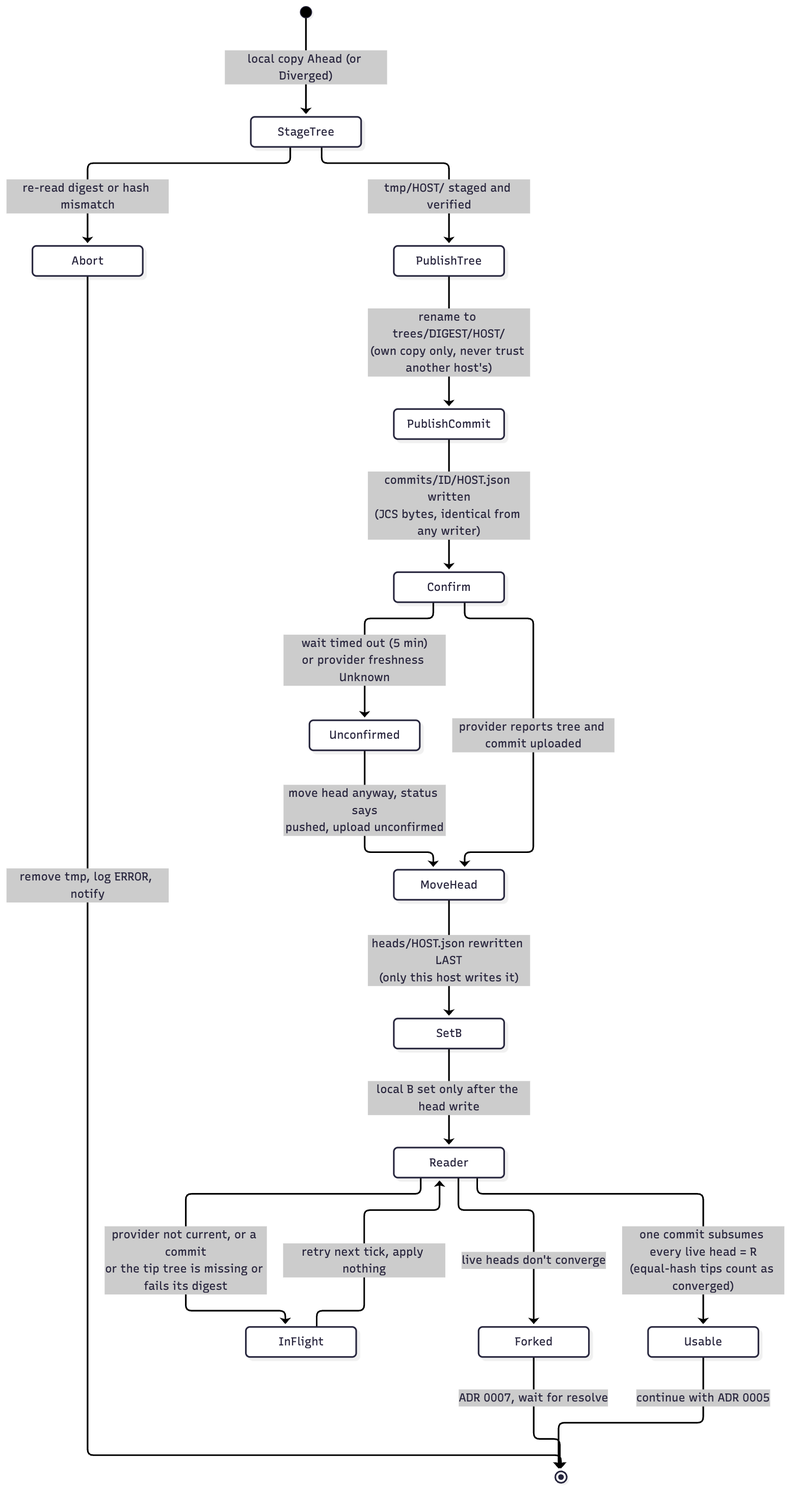
Before: docs/adr/store-write.png, a diagram exported from Mermaid (csmarshall/mac-streamdeck-sync). Its source is kept beside it as docs/adr/store-write.mmd.
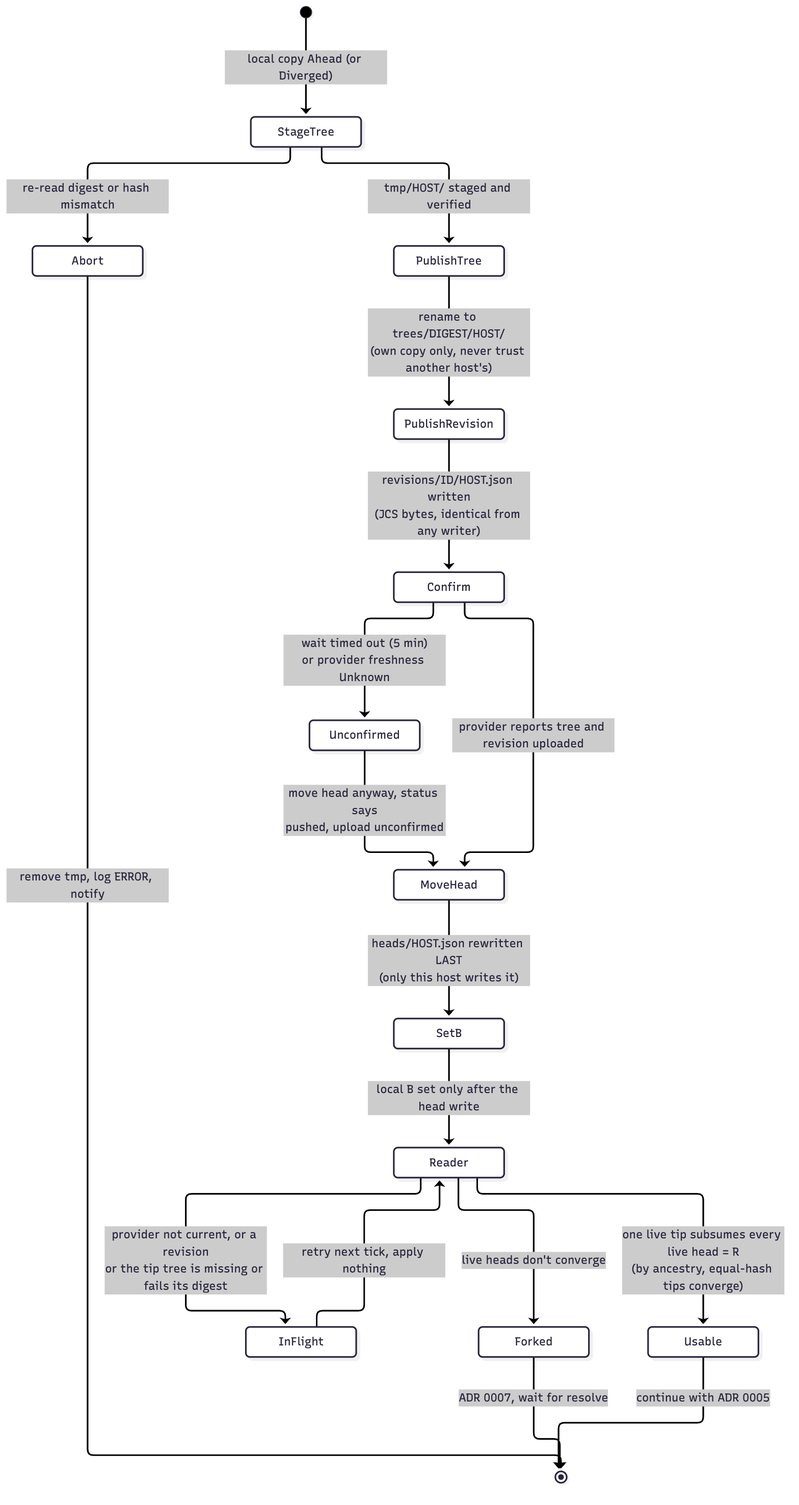
After the commit.

The edit, as a diff of the source:
```diff
@@ -3,17 +3,17 @@
     [*] --> StageTree: local copy Ahead (or Diverged)
     StageTree --> Abort: re-read digest or hash mismatch
     StageTree --> PublishTree: tmp/HOST/ staged and verified
-    PublishTree --> PublishCommit: rename to trees/DIGEST/HOST/<br/>(own copy only, never trust another host's)
-    PublishCommit --> Confirm: commits/ID/HOST.json written<br/>(JCS bytes, identical from any writer)
+    PublishTree --> PublishRevision: rename to trees/DIGEST/HOST/<br/>(own copy only, never trust another host's)
+    PublishRevision --> Confirm: revisions/ID/HOST.json written<br/>(JCS bytes, identical from any writer)
     Confirm --> Unconfirmed: wait timed out (5 min)<br/>or provider freshness Unknown
-    Confirm --> MoveHead: provider reports tree and commit uploaded
+    Confirm --> MoveHead: provider reports tree and revision uploaded
     Unconfirmed --> MoveHead: move head anyway, status says<br/>pushed, upload unconfirmed
     MoveHead --> SetB: heads/HOST.json rewritten LAST<br/>(only this host writes it)
     SetB --> Reader: local B set only after the head write
     Abort --> [*]: remove tmp, log ERROR, notify
-    Reader --> InFlight: provider not current, or a commit<br/>or the tip tree is missing or fails its digest
+    Reader --> InFlight: provider not current, or a revision<br/>or the tip tree is missing or fails its digest
     Reader --> Forked: live heads don't converge
-    Reader --> Usable: one commit subsumes every live head = R<br/>(equal-hash tips count as converged)
+    Reader --> Usable: one live tip subsumes every live head = R<br/>(by ancestry, equal-hash tips converge)
     InFlight --> Reader: retry next tick, apply nothing
     Forked --> [*]: ADR 0007, wait for resolve
     Usable --> [*]: continue with ADR 0005
```
